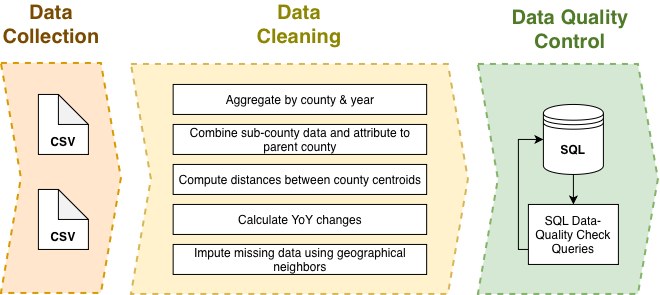
This is db_documentation/data_pipeline_diagram.png from LoganRosell/local-economic-impact-of-data-centers-workbook, a draw.io export, as it was before one commit. Source tidied: cells renumbered, new cells last; positions are measured from the earlier drawing's top-left corner, leaving out a move shared by most shapes.
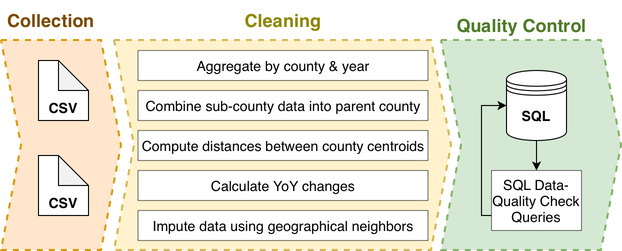
Above is the later version.

Commit message:
increase text size in data pipeline diagram

What changed in the source:
```diff
@@ -3,79 +3,79 @@
     <mxCell id="0" />
     <mxCell id="1" parent="0" />
     <mxCell id="2" style="shape=step;perimeter=stepPerimeter;whiteSpace=wrap;html=1;fixedSize=1;fillColor=#d5e8d4;strokeColor=#82b366;dashed=1;strokeWidth=2;" parent="1" vertex="1">
-      <mxGeometry x="477" y="60" width="180" height="230" as="geometry" />
+      <mxGeometry x="457" y="70" width="180" height="210" as="geometry" />
     </mxCell>
     <mxCell id="3" style="shape=step;perimeter=stepPerimeter;whiteSpace=wrap;html=1;fixedSize=1;fillColor=#fff2cc;strokeColor=#d6b656;dashed=1;strokeWidth=2;" parent="1" vertex="1">
-      <mxGeometry x="130" y="60" width="337" height="230" as="geometry" />
+      <mxGeometry x="130" y="70" width="337" height="210" as="geometry" />
     </mxCell>
-    <mxCell id="4" style="group;" parent="1" vertex="1">
-      <mxGeometry x="542" y="80" width="80" height="90" as="geometry" />
+    <mxCell id="4" style="group;strokeWidth=0.5;" parent="1" vertex="1">
+      <mxGeometry x="522" y="80" width="80" height="90" as="geometry" />
     </mxCell>
     <mxCell id="5" style="shape=datastore;whiteSpace=wrap;html=1;" parent="4" vertex="1">
       <mxGeometry y="20" width="60" height="70" as="geometry" />
     </mxCell>
-    <mxCell id="6" value="&lt;b&gt;SQL&lt;/b&gt;" style="text;html=1;whiteSpace=wrap;strokeColor=none;fillColor=none;align=center;verticalAlign=middle;rounded=0;" parent="4" vertex="1">
+    <mxCell id="6" value="&lt;b&gt;&lt;font style=&quot;font-size: 14px;&quot;&gt;SQL&lt;/font&gt;&lt;/b&gt;" style="text;html=1;whiteSpace=wrap;strokeColor=none;fillColor=none;align=center;verticalAlign=middle;rounded=0;" parent="4" vertex="1">
       <mxGeometry x="5" y="50" width="50" height="30" as="geometry" />
     </mxCell>
     <mxCell id="7" style="endArrow=classic;html=1;rounded=0;exitX=0.5;exitY=1;exitDx=0;exitDy=0;" parent="1" edge="1" source="5" target="8">
       <mxGeometry relative="1" as="geometry" />
     </mxCell>
-    <mxCell id="8" value="SQL Data-Quality Check Queries" style="rounded=0;whiteSpace=wrap;html=1;" parent="1" vertex="1">
-      <mxGeometry x="527" y="200" width="90" height="60" as="geometry" />
+    <mxCell id="8" value="&lt;font style=&quot;font-size: 14px;&quot;&gt;SQL Data-Quality Check Queries&lt;/font&gt;" style="rounded=0;whiteSpace=wrap;html=1;strokeWidth=0.5;" parent="1" vertex="1">
+      <mxGeometry x="507" y="200" width="90" height="60" as="geometry" />
     </mxCell>
-    <mxCell id="9" value="Data Cleaning" style="text;html=1;whiteSpace=wrap;strokeColor=none;fillColor=none;align=center;verticalAlign=middle;rounded=0;fontColor=light-dark(#8d8600, #ededed);fontStyle=1;fontSize=20;" parent="1" vertex="1">
-      <mxGeometry x="253.5" width="90" height="40" as="geometry" />
+    <mxCell id="9" value="&lt;font style=&quot;font-size: 18px;&quot;&gt;Cleaning&lt;/font&gt;" style="text;html=1;whiteSpace=wrap;strokeColor=none;fillColor=none;align=center;verticalAlign=middle;rounded=0;fontColor=light-dark(#8d8600, #ededed);fontStyle=1;fontSize=20;" parent="1" vertex="1">
+      <mxGeometry x="253.5" y="30" width="90" height="40" as="geometry" />
     </mxCell>
-    <mxCell id="10" value="Data Quality Control" style="text;html=1;whiteSpace=wrap;strokeColor=none;fillColor=none;align=center;verticalAlign=middle;rounded=0;fontSize=20;fontStyle=1;fontColor=light-dark(#4f7a28, #ededed);" parent="1" vertex="1">
-      <mxGeometry x="506.2" y="10" width="125.8" height="30" as="geometry" />
+    <mxCell id="10" value="&lt;font style=&quot;font-size: 18px;&quot;&gt;Quality Control&lt;/font&gt;" style="text;html=1;whiteSpace=wrap;strokeColor=none;fillColor=none;align=center;verticalAlign=middle;rounded=0;fontSize=20;fontStyle=1;fontColor=light-dark(#4f7a28, #ededed);" parent="1" vertex="1">
+      <mxGeometry x="467" y="40" width="140.8" height="30" as="geometry" />
     </mxCell>
-    <mxCell id="11" value="Aggregate by county &amp;amp; year" style="rounded=0;whiteSpace=wrap;html=1;" parent="1" vertex="1">
-      <mxGeometry x="171.8" y="80" width="253.5" height="30" as="geometry" />
+    <mxCell id="11" value="&lt;font style=&quot;font-size: 14px;&quot; face=&quot;Helvetica&quot;&gt;Aggregate by county &amp;amp; year&lt;/font&gt;" style="rounded=0;whiteSpace=wrap;html=1;strokeWidth=0.5;" parent="1" vertex="1">
+      <mxGeometry x="153.5" y="80" width="290" height="30" as="geometry" />
     </mxCell>
-    <mxCell id="12" value="Calculate YoY changes" style="rounded=0;whiteSpace=wrap;html=1;" parent="1" vertex="1">
-      <mxGeometry x="171.8" y="200" width="253.5" height="30" as="geometry" />
+    <mxCell id="12" value="&lt;font style=&quot;font-size: 14px;&quot;&gt;Calculate YoY changes&lt;/font&gt;" style="rounded=0;whiteSpace=wrap;html=1;strokeWidth=0.5;" parent="1" vertex="1">
+      <mxGeometry x="153.5" y="200" width="290" height="30" as="geometry" />
     </mxCell>
-    <mxCell id="13" value="Combine sub-county data and attribute to parent county" style="rounded=0;whiteSpace=wrap;html=1;" parent="1" vertex="1">
-      <mxGeometry x="171.8" y="120" width="253.5" height="30" as="geometry" />
+    <mxCell id="13" value="&lt;font style=&quot;font-size: 14px;&quot;&gt;Combine sub-county data into parent county&lt;/font&gt;" style="rounded=0;whiteSpace=wrap;html=1;strokeWidth=0.5;" parent="1" vertex="1">
+      <mxGeometry x="153.5" y="120" width="290" height="30" as="geometry" />
     </mxCell>
-    <mxCell id="14" value="Impute missing data using geographical neighbors" style="rounded=0;whiteSpace=wrap;html=1;" parent="1" vertex="1">
-      <mxGeometry x="171.8" y="240" width="253.5" height="30" as="geometry" />
+    <mxCell id="14" value="&lt;font style=&quot;font-size: 14px;&quot;&gt;Impute data using geographical neighbors&lt;/font&gt;" style="rounded=0;whiteSpace=wrap;html=1;strokeWidth=0.5;" parent="1" vertex="1">
+      <mxGeometry x="153.5" y="240" width="290" height="30" as="geometry" />
     </mxCell>
-    <mxCell id="15" value="Compute distances between county centroids" style="rounded=0;whiteSpace=wrap;html=1;" parent="1" vertex="1">
-      <mxGeometry x="171.8" y="160" width="253.5" height="30" as="geometry" />
+    <mxCell id="15" value="&lt;font style=&quot;font-size: 14px;&quot;&gt;Compute distances between county centroids&lt;/font&gt;" style="rounded=0;whiteSpace=wrap;html=1;strokeWidth=0.5;" parent="1" vertex="1">
+      <mxGeometry x="153.5" y="160" width="290" height="30" as="geometry" />
     </mxCell>
     <mxCell id="16" style="endArrow=classic;html=1;rounded=0;entryX=0;entryY=0.5;entryDx=0;entryDy=0;exitX=0;exitY=0.75;exitDx=0;exitDy=0;" parent="1" edge="1" source="8" target="5">
       <mxGeometry relative="1" as="geometry">
         <Array as="points">
-          <mxPoint x="517" y="245" />
-          <mxPoint x="517" y="160" />
-          <mxPoint x="517" y="135" />
+          <mxPoint x="497" y="245" />
+          <mxPoint x="497" y="160" />
+          <mxPoint x="497" y="135" />
         </Array>
       </mxGeometry>
     </mxCell>
     <mxCell id="17" style="shape=step;perimeter=stepPerimeter;whiteSpace=wrap;html=1;fixedSize=1;fillColor=#ffe6cc;strokeColor=#d79b00;dashed=1;strokeWidth=2;" parent="1" vertex="1">
-      <mxGeometry y="59" width="120" height="230" as="geometry" />
+      <mxGeometry x="17" y="70" width="120" height="210" as="geometry" />
     </mxCell>
-    <mxCell id="18" style="group;" parent="1" vertex="1">
-      <mxGeometry x="37" y="185" width="50" height="60" as="geometry" />
+    <mxCell id="18" style="group;strokeWidth=0.5;" parent="1" vertex="1">
+      <mxGeometry x="54" y="185" width="50" height="60" as="geometry" />
     </mxCell>
     <mxCell id="19" style="shape=note;whiteSpace=wrap;html=1;backgroundOutline=1;darkOpacity=0.05;" parent="18" vertex="1">
       <mxGeometry width="50" height="60" as="geometry" />
     </mxCell>
-    <mxCell id="20" value="&lt;b&gt;CSV&lt;/b&gt;" style="text;html=1;whiteSpace=wrap;strokeColor=none;fillColor=none;align=center;verticalAlign=middle;rounded=0;" parent="18" vertex="1">
+    <mxCell id="20" value="&lt;b&gt;&lt;font style=&quot;font-size: 14px;&quot;&gt;CSV&lt;/font&gt;&lt;/b&gt;" style="text;html=1;whiteSpace=wrap;strokeColor=none;fillColor=none;align=center;verticalAlign=middle;rounded=0;" parent="18" vertex="1">
       <mxGeometry y="34.3" width="50" height="25.7" as="geometry" />
     </mxCell>
-    <mxCell id="21" style="group;" parent="1" vertex="1">
-      <mxGeometry x="37" y="90" width="50" height="60" as="geometry" />
+    <mxCell id="21" style="group;strokeWidth=0.5;" parent="1" vertex="1">
+      <mxGeometry x="54" y="90" width="50" height="60" as="geometry" />
     </mxCell>
     <mxCell id="22" style="shape=note;whiteSpace=wrap;html=1;backgroundOutline=1;darkOpacity=0.05;" parent="21" vertex="1">
       <mxGeometry width="50" height="60" as="geometry" />
     </mxCell>
-    <mxCell id="23" value="&lt;b&gt;CSV&lt;/b&gt;" style="text;html=1;whiteSpace=wrap;strokeColor=none;fillColor=none;align=center;verticalAlign=middle;rounded=0;" parent="21" vertex="1">
+    <mxCell id="23" value="&lt;b&gt;&lt;font style=&quot;font-size: 14px;&quot;&gt;CSV&lt;/font&gt;&lt;/b&gt;" style="text;html=1;whiteSpace=wrap;strokeColor=none;fillColor=none;align=center;verticalAlign=middle;rounded=0;" parent="21" vertex="1">
       <mxGeometry y="34.3" width="50" height="25.7" as="geometry" />
     </mxCell>
-    <mxCell id="24" value="Data Collection" style="text;html=1;whiteSpace=wrap;strokeColor=none;fillColor=none;align=center;verticalAlign=middle;rounded=0;fontSize=20;fontStyle=1;fontColor=light-dark(#7a4a00, #ededed);" parent="1" vertex="1">
-      <mxGeometry width="100" height="40" as="geometry" />
+    <mxCell id="24" value="&lt;font style=&quot;font-size: 18px;&quot;&gt;Collection&lt;/font&gt;" style="text;html=1;whiteSpace=wrap;strokeColor=none;fillColor=none;align=center;verticalAlign=middle;rounded=0;fontSize=20;fontStyle=1;fontColor=light-dark(#7a4a00, #ededed);" parent="1" vertex="1">
+      <mxGeometry x="17" y="30" width="100" height="40" as="geometry" />
     </mxCell>
   </root>
 </mxGraphModel>
```
